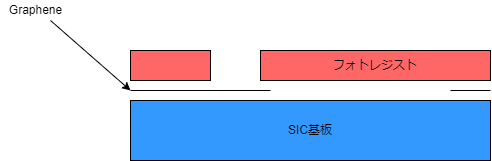
This is 半導体プロセス/Fig16_device_process.drawio.png from Hideaki2000/paper, a draw.io export, as it was before one commit. Source tidied: cells renumbered, new cells last; positions are measured from the earlier drawing's top-left corner, leaving out a move shared by most shapes. The source it was exported from:
```xml
<mxGraphModel>
  <root>
    <mxCell id="0" />
    <mxCell id="1" parent="0" />
    <mxCell id="2" value="SIC基板" style="rounded=0;whiteSpace=wrap;html=1;fillColor=#3399FF;" parent="1" vertex="1">
      <mxGeometry x="130" y="100" width="360" height="60" as="geometry" />
    </mxCell>
    <mxCell id="3" style="endArrow=none;html=1;" parent="1" edge="1">
      <mxGeometry relative="1" as="geometry">
        <mxPoint x="130" y="90" as="sourcePoint" />
        <mxPoint x="270" y="90" as="targetPoint" />
      </mxGeometry>
    </mxCell>
    <mxCell id="4" style="endArrow=classic;html=1;" parent="1" edge="1">
      <mxGeometry relative="1" as="geometry">
        <mxPoint x="50" y="20" as="sourcePoint" />
        <mxPoint x="130" y="90" as="targetPoint" />
      </mxGeometry>
    </mxCell>
    <mxCell id="5" value="Graphene" style="text;html=1;align=center;verticalAlign=middle;strokeColor=none;fillColor=none;" parent="1" vertex="1">
      <mxGeometry width="70" height="20" as="geometry" />
    </mxCell>
    <mxCell id="6" style="endArrow=none;html=1;" parent="1" edge="1">
      <mxGeometry relative="1" as="geometry">
        <mxPoint x="450" y="90" as="sourcePoint" />
        <mxPoint x="490" y="90" as="targetPoint" />
      </mxGeometry>
    </mxCell>
    <mxCell id="7" style="rounded=0;whiteSpace=wrap;html=1;fillColor=#FF6666;" parent="1" vertex="1">
      <mxGeometry x="130" y="50" width="80" height="30" as="geometry" />
    </mxCell>
    <mxCell id="8" value="フォトレジスト" style="rounded=0;whiteSpace=wrap;html=1;fillColor=#FF6666;" parent="1" vertex="1">
      <mxGeometry x="260" y="50" width="230" height="30" as="geometry" />
    </mxCell>
  </root>
</mxGraphModel>
```
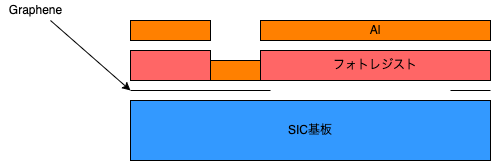
The same file after the commit.

Diff of the diagram source:
```diff
@@ -32,5 +32,14 @@
     <mxCell id="8" value="フォトレジスト" style="rounded=0;whiteSpace=wrap;html=1;fillColor=#FF6666;" parent="1" vertex="1">
       <mxGeometry x="260" y="50" width="230" height="30" as="geometry" />
     </mxCell>
+    <mxCell id="9" style="rounded=0;whiteSpace=wrap;html=1;fillColor=#FF8000;" parent="1" vertex="1">
+      <mxGeometry x="130" y="20" width="80" height="20" as="geometry" />
+    </mxCell>
+    <mxCell id="10" style="rounded=0;whiteSpace=wrap;html=1;fillColor=#FF8000;" parent="1" vertex="1">
+      <mxGeometry x="210" y="60" width="50" height="20" as="geometry" />
+    </mxCell>
+    <mxCell id="11" value="Al" style="rounded=0;whiteSpace=wrap;html=1;fillColor=#FF8000;" parent="1" vertex="1">
+      <mxGeometry x="260" y="20" width="230" height="20" as="geometry" />
+    </mxCell>
   </root>
 </mxGraphModel>
```
